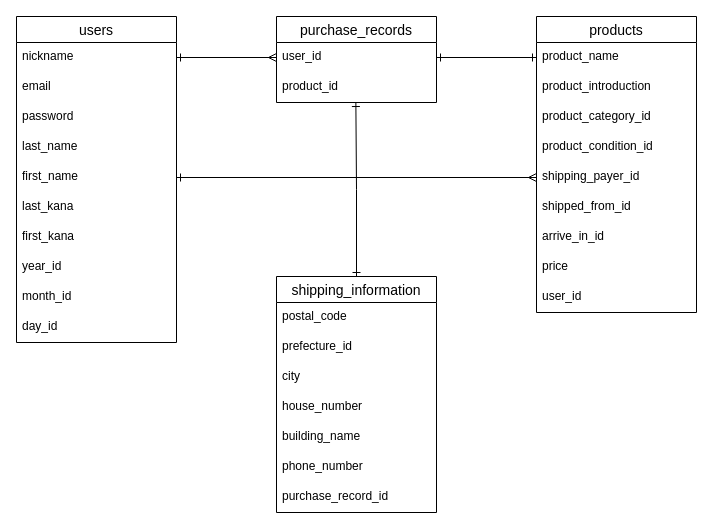
Before: ER.dio in onigiriumeboshihari/furima-34824, a draw.io diagram. Source tidied: cells renumbered, new cells numbered last; positions are measured from the earlier drawing's top-left corner, leaving out a move shared by most shapes. Both pictures are drawn from the tidied source at 100%, with x=0, y=0 at pixel (16, 16).
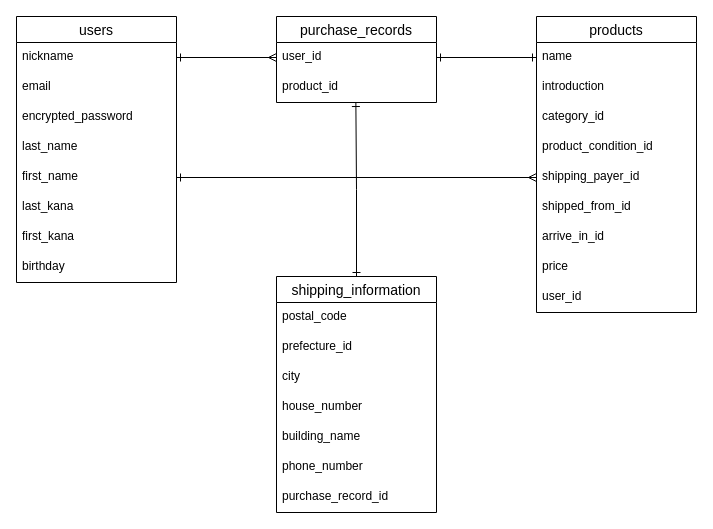
Above is the later version.

Commit message:
ER図レビュー修正

Unchanged cells that the change refers to:
```xml
<mxCell id="13" value="products" style="swimlane;fontStyle=0;horizontal=1;startSize=26;align=center;fontSize=14;" parent="1" vertex="1">
  <mxGeometry x="520" width="160" height="296" as="geometry" />
</mxCell>
```

Diff of the diagram source:
```diff
@@
     <mxCell id="2" value="users" style="swimlane;fontStyle=0;horizontal=1;startSize=26;align=center;fontSize=14;" parent="1" vertex="1">
-      <mxGeometry width="160" height="326" as="geometry" />
+      <mxGeometry width="160" height="266" as="geometry" />
     </mxCell>
@@
-    <mxCell id="5" value="password" style="text;strokeColor=none;fillColor=none;spacingLeft=4;spacingRight=4;overflow=hidden;fontSize=12;" parent="2" vertex="1">
+    <mxCell id="5" value="encrypted_password" style="text;strokeColor=none;fillColor=none;spacingLeft=4;spacingRight=4;overflow=hidden;fontSize=12;" parent="2" vertex="1">
       <mxGeometry y="86" width="160" height="30" as="geometry" />
     </mxCell>
@@
-    <mxCell id="10" value="year_id" style="text;strokeColor=none;fillColor=none;spacingLeft=4;spacingRight=4;overflow=hidden;fontSize=12;" parent="2" vertex="1">
+    <mxCell id="10" value="birthday" style="text;strokeColor=none;fillColor=none;spacingLeft=4;spacingRight=4;overflow=hidden;fontSize=12;" parent="2" vertex="1">
       <mxGeometry y="236" width="160" height="30" as="geometry" />
     </mxCell>
-    <mxCell id="11" value="month_id" style="text;strokeColor=none;fillColor=none;spacingLeft=4;spacingRight=4;overflow=hidden;fontSize=12;" parent="2" vertex="1">
-      <mxGeometry y="266" width="160" height="30" as="geometry" />
-    </mxCell>
-    <mxCell id="12" value="day_id" style="text;strokeColor=none;fillColor=none;spacingLeft=4;spacingRight=4;overflow=hidden;fontSize=12;" parent="2" vertex="1">
-      <mxGeometry y="296" width="160" height="30" as="geometry" />
-    </mxCell>
@@
-    <mxCell id="14" value="product_name" style="text;strokeColor=none;fillColor=none;spacingLeft=4;spacingRight=4;overflow=hidden;points=[[0,0.5],[1,0.5]];portConstraint=eastwest;fontSize=12;" parent="13" vertex="1">
+    <mxCell id="14" value="name" style="text;strokeColor=none;fillColor=none;spacingLeft=4;spacingRight=4;overflow=hidden;points=[[0,0.5],[1,0.5]];portConstraint=eastwest;fontSize=12;" parent="13" vertex="1">
       <mxGeometry y="26" width="160" height="30" as="geometry" />
     </mxCell>
-    <mxCell id="15" value="product_introduction" style="text;strokeColor=none;fillColor=none;spacingLeft=4;spacingRight=4;overflow=hidden;fontSize=12;" parent="13" vertex="1">
+    <mxCell id="15" value="introduction" style="text;strokeColor=none;fillColor=none;spacingLeft=4;spacingRight=4;overflow=hidden;fontSize=12;" parent="13" vertex="1">
       <mxGeometry y="56" width="160" height="30" as="geometry" />
     </mxCell>
-    <mxCell id="16" value="product_category_id" style="text;strokeColor=none;fillColor=none;spacingLeft=4;spacingRight=4;overflow=hidden;fontSize=12;" parent="13" vertex="1">
+    <mxCell id="16" value="category_id" style="text;strokeColor=none;fillColor=none;spacingLeft=4;spacingRight=4;overflow=hidden;fontSize=12;" parent="13" vertex="1">
       <mxGeometry y="86" width="160" height="30" as="geometry" />
     </mxCell>
```
